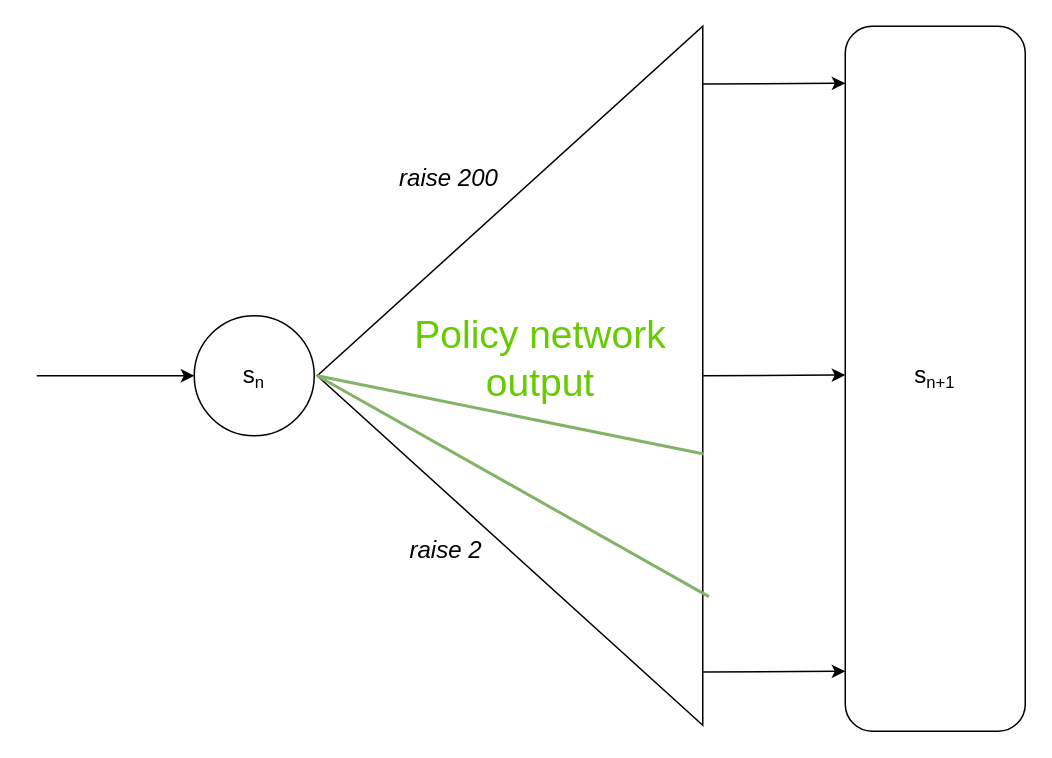
This is defense/sac2.drawio from Orpheon/All-in, a draw.io file, before an edit. Source tidied: cells renumbered, new cells numbered last; positions are measured from the earlier drawing's top-left corner, leaving out a move shared by most shapes. Both pictures are drawn from the tidied source at 150%, with x=0, y=0 at pixel (36, 26).
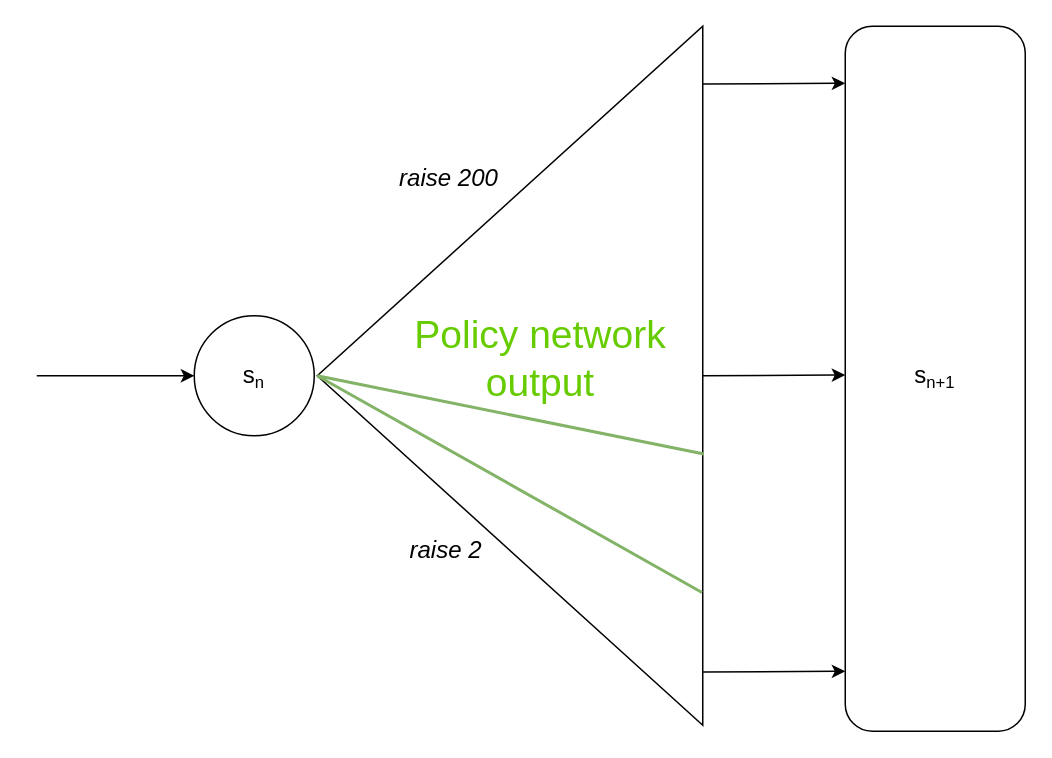
After the change.

Change to the diagram source:
```diff
@@
 <mxGraphModel>
   <root>
     <mxCell id="0" />
     <mxCell id="1" parent="0" />
     <mxCell id="2" style="ellipse;whiteSpace=wrap;html=1;" parent="1" vertex="1">
       <mxGeometry x="105" y="193" width="80" height="80" as="geometry" />
     </mxCell>
     <mxCell id="3" style="endArrow=classic;html=1;entryX=0;entryY=0.5;entryDx=0;entryDy=0;" parent="1" edge="1" target="2">
       <mxGeometry relative="1" as="geometry">
         <mxPoint y="233" as="sourcePoint" />
       </mxGeometry>
     </mxCell>
     <mxCell id="4" value="&lt;span style=&quot;font-size: 16px&quot;&gt;s&lt;/span&gt;&lt;span style=&quot;font-size: 13.3333px&quot;&gt;&lt;sub&gt;n&lt;br&gt;&lt;/sub&gt;&lt;/span&gt;" style="text;html=1;strokeColor=none;fillColor=none;align=center;verticalAlign=middle;whiteSpace=wrap;rounded=0;" parent="1" vertex="1">
       <mxGeometry x="125" y="223" width="40" height="20" as="geometry" />
     </mxCell>
     <mxCell id="5" value="&lt;i&gt;raise 200&lt;/i&gt;" style="text;html=1;strokeColor=none;fillColor=none;align=center;verticalAlign=middle;whiteSpace=wrap;rounded=0;fontSize=16;" parent="1" vertex="1">
       <mxGeometry x="241" y="91" width="68" height="20" as="geometry" />
     </mxCell>
     <mxCell id="6" value="&lt;i&gt;raise 2&lt;/i&gt;" style="text;html=1;strokeColor=none;fillColor=none;align=center;verticalAlign=middle;whiteSpace=wrap;rounded=0;fontSize=16;" parent="1" vertex="1">
       <mxGeometry x="241" y="339" width="64" height="20" as="geometry" />
     </mxCell>
     <mxCell id="7" style="triangle;whiteSpace=wrap;html=1;rotation=-180;" parent="1" vertex="1">
       <mxGeometry x="187" width="257" height="466" as="geometry" />
     </mxCell>
     <mxCell id="8" style="rounded=1;whiteSpace=wrap;html=1;" parent="1" vertex="1">
       <mxGeometry x="539" width="120" height="470" as="geometry" />
     </mxCell>
     <mxCell id="9" style="endArrow=classic;html=1;strokeWidth=1;entryX=-0.017;entryY=0.068;entryDx=0;entryDy=0;entryPerimeter=0;exitX=0;exitY=0.5;exitDx=0;exitDy=0;" parent="1" edge="1" source="7">
       <mxGeometry relative="1" as="geometry">
         <mxPoint x="539" y="232.5" as="targetPoint" />
       </mxGeometry>
     </mxCell>
     <mxCell id="10" style="endArrow=classic;html=1;strokeWidth=1;entryX=-0.017;entryY=0.068;entryDx=0;entryDy=0;entryPerimeter=0;exitX=0;exitY=0.5;exitDx=0;exitDy=0;" parent="1" edge="1">
       <mxGeometry relative="1" as="geometry">
         <mxPoint x="444" y="38.5" as="sourcePoint" />
         <mxPoint x="539" y="38" as="targetPoint" />
       </mxGeometry>
     </mxCell>
     <mxCell id="11" style="endArrow=classic;html=1;strokeWidth=1;entryX=-0.017;entryY=0.068;entryDx=0;entryDy=0;entryPerimeter=0;exitX=0;exitY=0.5;exitDx=0;exitDy=0;" parent="1" edge="1">
       <mxGeometry relative="1" as="geometry">
         <mxPoint x="444" y="430.5" as="sourcePoint" />
         <mxPoint x="539" y="430" as="targetPoint" />
       </mxGeometry>
     </mxCell>
     <mxCell id="12" value="&lt;span style=&quot;font-size: 16px&quot;&gt;s&lt;/span&gt;&lt;span style=&quot;font-size: 13.3333px&quot;&gt;&lt;sub&gt;n+1&lt;br&gt;&lt;/sub&gt;&lt;/span&gt;" style="text;html=1;strokeColor=none;fillColor=none;align=center;verticalAlign=middle;whiteSpace=wrap;rounded=0;" parent="1" vertex="1">
       <mxGeometry x="579" y="223" width="40" height="20" as="geometry" />
     </mxCell>
     <mxCell id="13" style="endArrow=none;html=1;strokeWidth=2;exitX=1;exitY=0.5;exitDx=0;exitDy=0;entryX=-0.003;entryY=0.388;entryDx=0;entryDy=0;entryPerimeter=0;fillColor=#d5e8d4;strokeColor=#82b366;" parent="1" edge="1" source="7" target="7">
       <mxGeometry relative="1" as="geometry" />
     </mxCell>
-    <mxCell id="14" style="endArrow=none;html=1;strokeWidth=2;exitX=1;exitY=0.5;exitDx=0;exitDy=0;entryX=-0.016;entryY=0.184;entryDx=0;entryDy=0;entryPerimeter=0;fillColor=#d5e8d4;strokeColor=#82b366;" parent="1" edge="1" source="7" target="7">
+    <mxCell id="14" style="endArrow=none;html=1;strokeWidth=2;exitX=1;exitY=0.5;exitDx=0;exitDy=0;entryX=0.002;entryY=0.19;entryDx=0;entryDy=0;entryPerimeter=0;fillColor=#d5e8d4;strokeColor=#82b366;" parent="1" edge="1" source="7" target="7">
       <mxGeometry relative="1" as="geometry" />
     </mxCell>
     <mxCell id="15" value="&lt;span style=&quot;font-size: 26px&quot;&gt;Policy network output&lt;/span&gt;" style="text;html=1;align=center;verticalAlign=middle;whiteSpace=wrap;rounded=0;fontColor=#66CC00;" parent="1" vertex="1">
       <mxGeometry x="228" y="166" width="216" height="112" as="geometry" />
     </mxCell>
   </root>
 </mxGraphModel>
```
